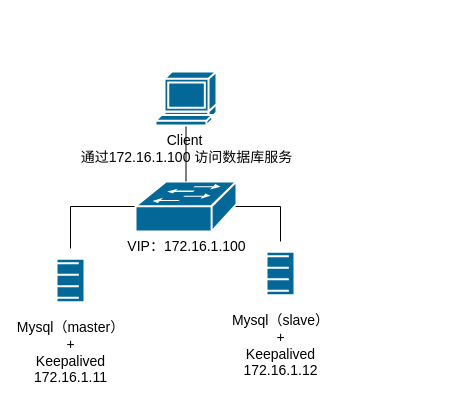
Above: page "Keepalived" (2 of 3) of Mysql高可用.drawio in waterwatermelon/graph (draw.io), before the change. Source tidied: cells renumbered, new cells numbered last; positions are measured from the earlier drawing's top-left corner, leaving out a move shared by most shapes. Both pictures are drawn from the tidied source at 100%, with x=0, y=0 at pixel (35, 71).
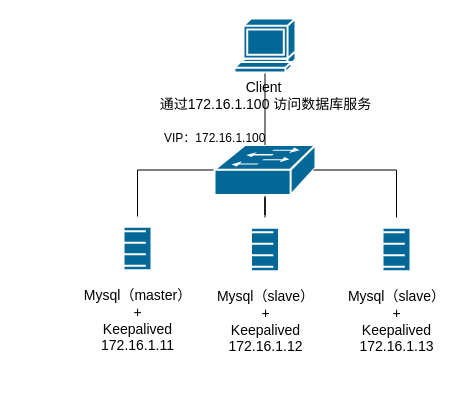
Above is the later version.

Change to the diagram source:
```diff
@@
 <mxGraphModel>
   <root>
     <mxCell id="0" />
     <mxCell id="1" parent="0" />
     <mxCell id="2" value="Mysql（master）&lt;br style=&quot;font-size: 14px;&quot;&gt;+&lt;br style=&quot;font-size: 14px;&quot;&gt;Keepalived&lt;br style=&quot;font-size: 14px;&quot;&gt;172.16.1.11" style="shape=mxgraph.bpmn.shape;html=1;verticalLabelPosition=bottom;labelBackgroundColor=#ffffff;verticalAlign=top;align=center;perimeter=rhombusPerimeter;outlineConnect=0;symbol=conditional;strokeColor=#000000;strokeWidth=1;fillColor=#FFFFFF;fontSize=14;fillColor=#036897;strokeColor=#ffffff;strokeWidth=2;" parent="1" vertex="1">
-      <mxGeometry y="177" width="70" height="64" as="geometry" />
+      <mxGeometry x="67" y="145" width="70" height="64" as="geometry" />
     </mxCell>
     <mxCell id="3" value="Mysql（slave）&lt;br style=&quot;font-size: 14px;&quot;&gt;+&lt;br style=&quot;font-size: 14px;&quot;&gt;Keepalived&lt;br style=&quot;font-size: 14px;&quot;&gt;172.16.1.12" style="shape=mxgraph.bpmn.shape;html=1;verticalLabelPosition=bottom;labelBackgroundColor=#ffffff;verticalAlign=top;align=center;perimeter=rhombusPerimeter;outlineConnect=0;symbol=conditional;strokeColor=#000000;strokeWidth=1;fillColor=#FFFFFF;fontSize=14;fillColor=#036897;strokeColor=#ffffff;strokeWidth=2;" parent="1" vertex="1">
-      <mxGeometry x="210" y="170" width="70" height="64" as="geometry" />
+      <mxGeometry x="194.5" y="146" width="70" height="64" as="geometry" />
     </mxCell>
-    <mxCell id="4" style="edgeStyle=orthogonalEdgeStyle;rounded=0;jettySize=auto;html=1;exitX=0.98;exitY=0.5;exitDx=0;exitDy=0;exitPerimeter=0;endArrow=none;endFill=0;fontSize=14;" parent="1" edge="1" source="6" target="3">
+    <mxCell id="4" style="edgeStyle=orthogonalEdgeStyle;rounded=0;jettySize=auto;html=1;exitX=0.5;exitY=0.98;exitDx=0;exitDy=0;exitPerimeter=0;endArrow=none;endFill=0;fontSize=14;" parent="1" edge="1" source="6" target="3">
       <mxGeometry relative="1" as="geometry" />
     </mxCell>
     <mxCell id="5" style="edgeStyle=orthogonalEdgeStyle;rounded=0;jettySize=auto;html=1;exitX=0;exitY=0.5;exitDx=0;exitDy=0;exitPerimeter=0;entryX=0.5;entryY=0;entryDx=0;entryDy=0;startArrow=none;startFill=0;endArrow=none;endFill=0;fontSize=14;" parent="1" edge="1" source="6" target="2">
       <mxGeometry relative="1" as="geometry" />
     </mxCell>
-    <mxCell id="6" value="VIP：172.16.1.100" style="shape=mxgraph.cisco.switches.workgroup_switch;html=1;dashed=0;fillColor=#036897;strokeColor=#ffffff;strokeWidth=2;verticalLabelPosition=bottom;verticalAlign=top;align=center;outlineConnect=0;fontSize=14;" parent="1" vertex="1">
-      <mxGeometry x="100" y="110" width="101" height="50" as="geometry" />
+    <mxCell id="6" style="shape=mxgraph.cisco.switches.workgroup_switch;html=1;dashed=0;fillColor=#036897;strokeColor=#ffffff;strokeWidth=2;verticalLabelPosition=bottom;verticalAlign=top;align=center;outlineConnect=0;fontSize=14;" parent="1" vertex="1">
+      <mxGeometry x="179" y="73.5" width="101" height="50" as="geometry" />
     </mxCell>
     <mxCell id="7" style="edgeStyle=orthogonalEdgeStyle;rounded=0;jettySize=auto;html=1;exitX=0.5;exitY=1;exitDx=0;exitDy=0;exitPerimeter=0;entryX=0.5;entryY=0;entryDx=0;entryDy=0;entryPerimeter=0;startArrow=none;startFill=0;endArrow=none;endFill=0;fontSize=14;" parent="1" edge="1" source="8" target="6">
       <mxGeometry relative="1" as="geometry" />
     </mxCell>
     <mxCell id="8" value="Client&amp;nbsp;&lt;br&gt;通过172.16.1.100 访问数据库服务" style="shape=mxgraph.cisco.computers_and_peripherals.terminal;html=1;dashed=0;fillColor=#036897;strokeColor=#ffffff;strokeWidth=2;verticalLabelPosition=bottom;verticalAlign=top;align=center;outlineConnect=0;fontSize=14;" parent="1" vertex="1">
-      <mxGeometry x="120" width="61" height="54" as="geometry" />
+      <mxGeometry x="199" y="-53" width="61" height="54" as="geometry" />
     </mxCell>
+    <mxCell id="9" style="edgeStyle=orthogonalEdgeStyle;rounded=0;jettySize=auto;html=1;exitX=0.5;exitY=0;exitDx=0;exitDy=0;entryX=0.98;entryY=0.5;entryDx=0;entryDy=0;entryPerimeter=0;endArrow=none;endFill=0;" parent="1" edge="1" source="10" target="6">
+      <mxGeometry relative="1" as="geometry">
+        <Array as="points">
+          <mxPoint x="361" y="99" />
+        </Array>
+      </mxGeometry>
+    </mxCell>
+    <mxCell id="10" value="Mysql（slave）&lt;br style=&quot;font-size: 14px&quot;&gt;+&lt;br style=&quot;font-size: 14px&quot;&gt;Keepalived&lt;br style=&quot;font-size: 14px&quot;&gt;172.16.1.13" style="shape=mxgraph.bpmn.shape;html=1;verticalLabelPosition=bottom;labelBackgroundColor=#ffffff;verticalAlign=top;align=center;perimeter=rhombusPerimeter;outlineConnect=0;symbol=conditional;strokeColor=#000000;strokeWidth=1;fillColor=#FFFFFF;fontSize=14;fillColor=#036897;strokeColor=#ffffff;strokeWidth=2;" parent="1" vertex="1">
+      <mxGeometry x="326" y="146" width="70" height="64" as="geometry" />
+    </mxCell>
+    <mxCell id="11" value="VIP：172.16.1.100" style="text;html=1;" parent="1" vertex="1">
+      <mxGeometry x="127" y="53" width="121" height="28" as="geometry" />
+    </mxCell>
   </root>
 </mxGraphModel>
```
